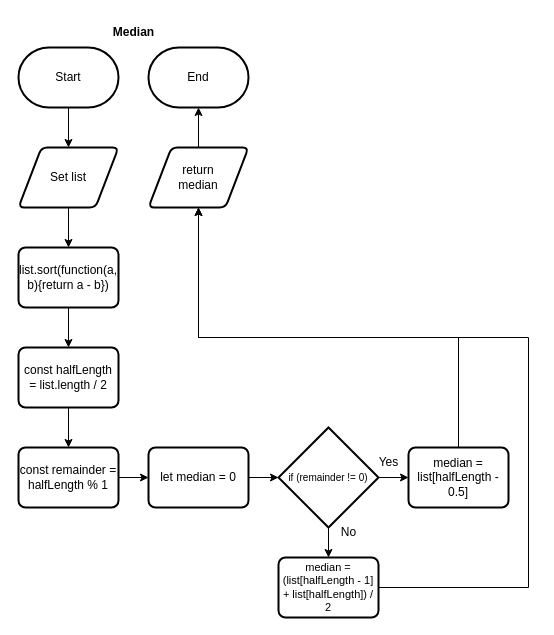
The draw.io diagram Unit1-06/design/flowchart-Median.drawio in evan-beaudoin99/ICS4U-Unit1-Evan-Beaudoin, before the edit. Source tidied: cells renumbered, new cells numbered last; positions are measured from the earlier drawing's top-left corner, leaving out a move shared by most shapes. Both pictures are drawn from the tidied source at 100%, with x=0, y=0 at pixel (18, 17).
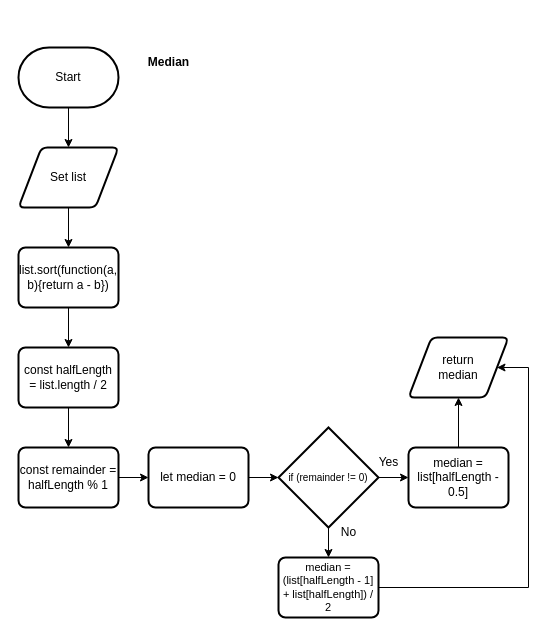
The same diagram, later.

Unchanged cells that the change refers to:
```xml
<mxCell id="14" value="median = (list[halfLength - 1] + list[halfLength]) / 2" style="rounded=1;whiteSpace=wrap;html=1;absoluteArcSize=1;arcSize=14;strokeWidth=2;fontSize=11;" parent="1" vertex="1">
  <mxGeometry x="260" y="540" width="100" height="60" as="geometry" />
</mxCell>
<mxCell id="16" value="median = list[halfLength - 0.5]" style="rounded=1;whiteSpace=wrap;html=1;absoluteArcSize=1;arcSize=14;strokeWidth=2;" parent="1" vertex="1">
  <mxGeometry x="390" y="430" width="100" height="60" as="geometry" />
</mxCell>
```

Change to the diagram source:
```diff
@@
-    <mxCell id="3" style="edgeStyle=none;html=1;entryX=0.5;entryY=1;entryDx=0;entryDy=0;entryPerimeter=0;" parent="1" edge="1" source="4">
-      <mxGeometry relative="1" as="geometry">
-        <mxPoint x="180" y="90" as="targetPoint" />
-      </mxGeometry>
-    </mxCell>
     <mxCell id="4" value="return&lt;br&gt;median" style="shape=parallelogram;html=1;strokeWidth=2;perimeter=parallelogramPerimeter;whiteSpace=wrap;rounded=1;arcSize=12;size=0.23;" parent="1" vertex="1">
-      <mxGeometry x="130" y="130" width="100" height="60" as="geometry" />
+      <mxGeometry x="390" y="320" width="100" height="60" as="geometry" />
     </mxCell>
@@
     <mxCell id="7" value="Median" style="text;html=1;align=center;verticalAlign=middle;strokeColor=none;fillColor=none;fontStyle=1;" parent="1" vertex="1">
-      <mxGeometry x="85" width="60" height="30" as="geometry" />
+      <mxGeometry x="120" y="30" width="60" height="30" as="geometry" />
     </mxCell>
@@
-    <mxCell id="13" style="edgeStyle=orthogonalEdgeStyle;rounded=0;html=1;entryX=0.5;entryY=1;entryDx=0;entryDy=0;fontSize=11;endArrow=classic;endFill=1;" parent="1" edge="1" source="14" target="4">
+    <mxCell id="13" style="edgeStyle=orthogonalEdgeStyle;html=1;entryX=1;entryY=0.5;entryDx=0;entryDy=0;rounded=0;" parent="1" edge="1" source="14" target="4">
       <mxGeometry relative="1" as="geometry">
         <Array as="points">
           <mxPoint x="510" y="570" />
-          <mxPoint x="510" y="320" />
-          <mxPoint x="180" y="320" />
+          <mxPoint x="510" y="350" />
         </Array>
       </mxGeometry>
     </mxCell>
@@
-    <mxCell id="15" style="edgeStyle=orthogonalEdgeStyle;rounded=0;html=1;entryX=0.5;entryY=1;entryDx=0;entryDy=0;fontSize=11;endArrow=classic;endFill=1;" parent="1" edge="1" source="16" target="4">
-      <mxGeometry relative="1" as="geometry">
-        <Array as="points">
-          <mxPoint x="440" y="320" />
-          <mxPoint x="180" y="320" />
-        </Array>
-      </mxGeometry>
+    <mxCell id="15" style="edgeStyle=orthogonalEdgeStyle;rounded=0;html=1;" parent="1" edge="1" source="16" target="4">
+      <mxGeometry relative="1" as="geometry" />
     </mxCell>
@@
-    <mxCell id="26" value="End" style="strokeWidth=2;html=1;shape=mxgraph.flowchart.terminator;whiteSpace=wrap;" parent="1" vertex="1">
-      <mxGeometry x="130" y="30" width="100" height="60" as="geometry" />
-    </mxCell>
```
